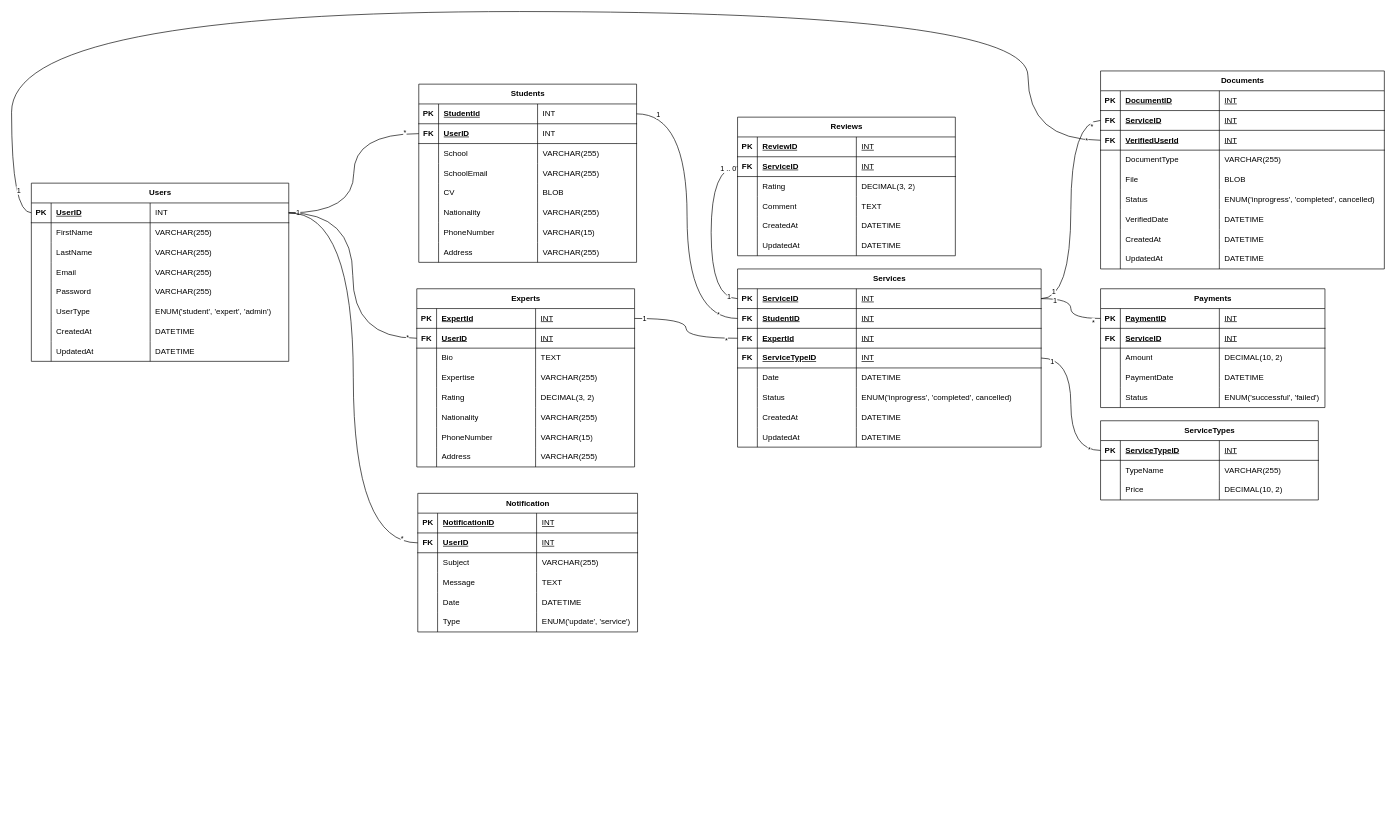
Before: DBSchema.drawio in tamir-cqu/COIT20272, a draw.io diagram. Source tidied: cells renumbered, new cells numbered last; positions are measured from the earlier drawing's top-left corner, leaving out a move shared by most shapes. Both pictures are drawn from the tidied source at 66%, with x=0, y=0 at pixel (11, 11).
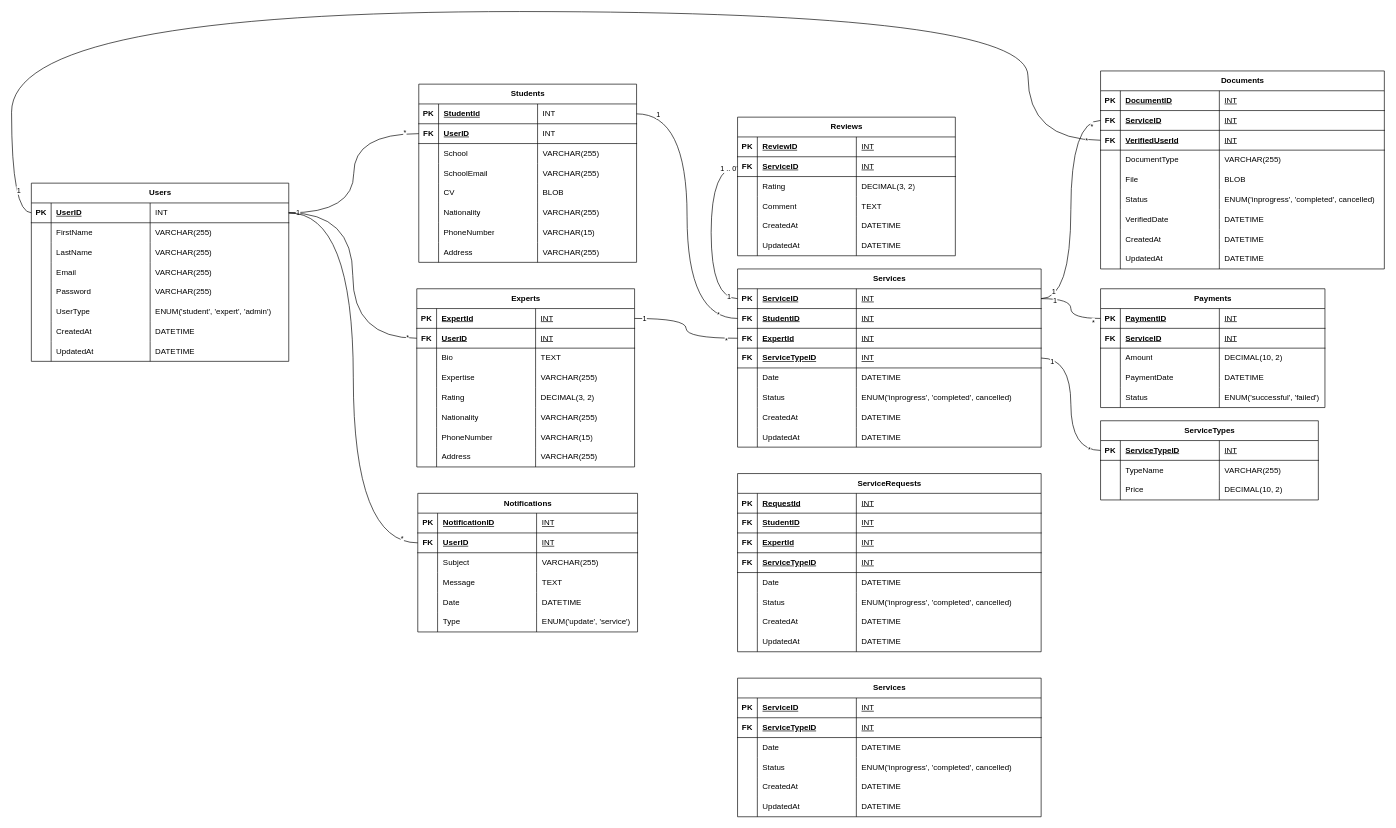
The same page after the edit.

The edit, as a diff of the source:
```diff
@@
-    <mxCell id="190" value="Notification" style="shape=table;startSize=30;childLayout=tableLayout;rowLines=0;fontStyle=1;align=center;html=1;" parent="1" vertex="1">
+    <mxCell id="190" value="Notifications" style="shape=table;startSize=30;childLayout=tableLayout;rowLines=0;fontStyle=1;align=center;html=1;" parent="1" vertex="1">
       <mxGeometry x="615.5" y="730" width="333" height="210" as="geometry" />
     </mxCell>
@@
+    <mxCell id="283" value="&lt;span style=&quot;text-wrap: wrap;&quot;&gt;ServiceRequests&lt;/span&gt;" style="shape=table;startSize=30;childLayout=tableLayout;rowLines=0;fontStyle=1;align=center;html=1;" parent="1" vertex="1">
+      <mxGeometry x="1100" y="700" width="460" height="270" as="geometry" />
+    </mxCell>
+    <mxCell id="284" style="shape=tableRow;horizontal=0;startSize=0;swimlaneHead=0;swimlaneBody=0;fillColor=none;top=0;left=0;right=0;bottom=1;" parent="283" vertex="1">
+      <mxGeometry y="30" width="460" height="30" as="geometry" />
+    </mxCell>
+    <mxCell id="285" value="PK" style="shape=partialRectangle;fillColor=none;top=0;left=0;bottom=0;right=0;fontStyle=1;overflow=hidden;whiteSpace=wrap;html=1;" parent="284" vertex="1">
+      <mxGeometry width="30" height="30" as="geometry" />
+    </mxCell>
+    <mxCell id="286" value="RequestId" style="shape=partialRectangle;fillColor=none;top=0;left=0;bottom=0;right=0;align=left;spacingLeft=6;fontStyle=5;overflow=hidden;whiteSpace=wrap;html=1;" parent="284" vertex="1">
+      <mxGeometry x="30" width="150" height="30" as="geometry" />
+    </mxCell>
+    <mxCell id="287" value="&lt;span style=&quot;font-weight: 400;&quot;&gt;INT&lt;/span&gt;" style="shape=partialRectangle;fillColor=none;top=0;left=0;bottom=0;right=0;align=left;spacingLeft=6;fontStyle=5;overflow=hidden;whiteSpace=wrap;html=1;" parent="284" vertex="1">
+      <mxGeometry x="180" width="280" height="30" as="geometry" />
+    </mxCell>
+    <mxCell id="288" style="shape=tableRow;horizontal=0;startSize=0;swimlaneHead=0;swimlaneBody=0;fillColor=none;top=0;left=0;right=0;bottom=1;" parent="283" vertex="1">
+      <mxGeometry y="60" width="460" height="30" as="geometry" />
+    </mxCell>
+    <mxCell id="289" value="FK" style="shape=partialRectangle;fillColor=none;top=0;left=0;bottom=0;right=0;fontStyle=1;overflow=hidden;whiteSpace=wrap;html=1;" parent="288" vertex="1">
+      <mxGeometry width="30" height="30" as="geometry" />
+    </mxCell>
+    <mxCell id="290" value="StudentID" style="shape=partialRectangle;fillColor=none;top=0;left=0;bottom=0;right=0;align=left;spacingLeft=6;fontStyle=5;overflow=hidden;whiteSpace=wrap;html=1;" parent="288" vertex="1">
+      <mxGeometry x="30" width="150" height="30" as="geometry" />
+    </mxCell>
+    <mxCell id="291" value="&lt;span style=&quot;font-weight: 400;&quot;&gt;INT&lt;/span&gt;" style="shape=partialRectangle;fillColor=none;top=0;left=0;bottom=0;right=0;align=left;spacingLeft=6;fontStyle=5;overflow=hidden;whiteSpace=wrap;html=1;" parent="288" vertex="1">
+      <mxGeometry x="180" width="280" height="30" as="geometry" />
+    </mxCell>
+    <mxCell id="292" style="shape=tableRow;horizontal=0;startSize=0;swimlaneHead=0;swimlaneBody=0;fillColor=none;top=0;left=0;right=0;bottom=1;" parent="283" vertex="1">
+      <mxGeometry y="90" width="460" height="30" as="geometry" />
+    </mxCell>
+    <mxCell id="293" value="FK" style="shape=partialRectangle;fillColor=none;top=0;left=0;bottom=0;right=0;fontStyle=1;overflow=hidden;whiteSpace=wrap;html=1;" parent="292" vertex="1">
+      <mxGeometry width="30" height="30" as="geometry" />
+    </mxCell>
+    <mxCell id="294" value="ExpertId" style="shape=partialRectangle;fillColor=none;top=0;left=0;bottom=0;right=0;align=left;spacingLeft=6;fontStyle=5;overflow=hidden;whiteSpace=wrap;html=1;" parent="292" vertex="1">
+      <mxGeometry x="30" width="150" height="30" as="geometry" />
+    </mxCell>
+    <mxCell id="295" value="&lt;span style=&quot;font-weight: 400;&quot;&gt;INT&lt;/span&gt;" style="shape=partialRectangle;fillColor=none;top=0;left=0;bottom=0;right=0;align=left;spacingLeft=6;fontStyle=5;overflow=hidden;whiteSpace=wrap;html=1;" parent="292" vertex="1">
+      <mxGeometry x="180" width="280" height="30" as="geometry" />
+    </mxCell>
+    <mxCell id="296" style="shape=tableRow;horizontal=0;startSize=0;swimlaneHead=0;swimlaneBody=0;fillColor=none;top=0;left=0;right=0;bottom=1;" parent="283" vertex="1">
+      <mxGeometry y="120" width="460" height="30" as="geometry" />
+    </mxCell>
+    <mxCell id="297" value="FK" style="shape=partialRectangle;fillColor=none;top=0;left=0;bottom=0;right=0;fontStyle=1;overflow=hidden;whiteSpace=wrap;html=1;" parent="296" vertex="1">
+      <mxGeometry width="30" height="30" as="geometry" />
+    </mxCell>
+    <mxCell id="298" value="ServiceTypeID" style="shape=partialRectangle;fillColor=none;top=0;left=0;bottom=0;right=0;align=left;spacingLeft=6;fontStyle=5;overflow=hidden;whiteSpace=wrap;html=1;" parent="296" vertex="1">
+      <mxGeometry x="30" width="150" height="30" as="geometry" />
+    </mxCell>
+    <mxCell id="299" value="&lt;span style=&quot;font-weight: 400;&quot;&gt;INT&lt;/span&gt;" style="shape=partialRectangle;fillColor=none;top=0;left=0;bottom=0;right=0;align=left;spacingLeft=6;fontStyle=5;overflow=hidden;whiteSpace=wrap;html=1;" parent="296" vertex="1">
+      <mxGeometry x="180" width="280" height="30" as="geometry" />
+    </mxCell>
+    <mxCell id="300" style="shape=tableRow;horizontal=0;startSize=0;swimlaneHead=0;swimlaneBody=0;fillColor=none;top=0;left=0;right=0;bottom=0;" parent="283" vertex="1">
+      <mxGeometry y="150" width="460" height="30" as="geometry" />
+    </mxCell>
+    <mxCell id="301" style="shape=partialRectangle;fillColor=none;top=0;left=0;bottom=0;right=0;overflow=hidden;whiteSpace=wrap;html=1;" parent="300" vertex="1">
+      <mxGeometry width="30" height="30" as="geometry" />
+    </mxCell>
+    <mxCell id="302" value="Date" style="shape=partialRectangle;fillColor=none;top=0;left=0;bottom=0;right=0;align=left;spacingLeft=6;overflow=hidden;whiteSpace=wrap;html=1;" parent="300" vertex="1">
+      <mxGeometry x="30" width="150" height="30" as="geometry" />
+    </mxCell>
+    <mxCell id="303" value="DATETIME" style="shape=partialRectangle;fillColor=none;top=0;left=0;bottom=0;right=0;align=left;spacingLeft=6;overflow=hidden;whiteSpace=wrap;html=1;" parent="300" vertex="1">
+      <mxGeometry x="180" width="280" height="30" as="geometry" />
+    </mxCell>
+    <mxCell id="304" style="shape=tableRow;horizontal=0;startSize=0;swimlaneHead=0;swimlaneBody=0;fillColor=none;top=0;left=0;right=0;bottom=0;" parent="283" vertex="1">
+      <mxGeometry y="180" width="460" height="30" as="geometry" />
+    </mxCell>
+    <mxCell id="305" style="shape=partialRectangle;fillColor=none;top=0;left=0;bottom=0;right=0;overflow=hidden;whiteSpace=wrap;html=1;" parent="304" vertex="1">
+      <mxGeometry width="30" height="30" as="geometry" />
+    </mxCell>
+    <mxCell id="306" value="Status" style="shape=partialRectangle;fillColor=none;top=0;left=0;bottom=0;right=0;align=left;spacingLeft=6;overflow=hidden;whiteSpace=wrap;html=1;" parent="304" vertex="1">
+      <mxGeometry x="30" width="150" height="30" as="geometry" />
+    </mxCell>
+    <mxCell id="307" value="ENUM('inprogress', 'completed', cancelled)" style="shape=partialRectangle;fillColor=none;top=0;left=0;bottom=0;right=0;align=left;spacingLeft=6;overflow=hidden;whiteSpace=wrap;html=1;" parent="304" vertex="1">
+      <mxGeometry x="180" width="280" height="30" as="geometry" />
+    </mxCell>
+    <mxCell id="308" style="shape=tableRow;horizontal=0;startSize=0;swimlaneHead=0;swimlaneBody=0;fillColor=none;top=0;left=0;right=0;bottom=0;" parent="283" vertex="1">
+      <mxGeometry y="210" width="460" height="30" as="geometry" />
+    </mxCell>
+    <mxCell id="309" style="shape=partialRectangle;fillColor=none;top=0;left=0;bottom=0;right=0;overflow=hidden;whiteSpace=wrap;html=1;" parent="308" vertex="1">
+      <mxGeometry width="30" height="30" as="geometry" />
+    </mxCell>
+    <mxCell id="310" value="CreatedAt" style="shape=partialRectangle;fillColor=none;top=0;left=0;bottom=0;right=0;align=left;spacingLeft=6;overflow=hidden;whiteSpace=wrap;html=1;" parent="308" vertex="1">
+      <mxGeometry x="30" width="150" height="30" as="geometry" />
+    </mxCell>
+    <mxCell id="311" value="DATETIME" style="shape=partialRectangle;fillColor=none;top=0;left=0;bottom=0;right=0;align=left;spacingLeft=6;overflow=hidden;whiteSpace=wrap;html=1;" parent="308" vertex="1">
+      <mxGeometry x="180" width="280" height="30" as="geometry" />
+    </mxCell>
+    <mxCell id="312" style="shape=tableRow;horizontal=0;startSize=0;swimlaneHead=0;swimlaneBody=0;fillColor=none;top=0;left=0;right=0;bottom=0;" parent="283" vertex="1">
+      <mxGeometry y="240" width="460" height="30" as="geometry" />
+    </mxCell>
+    <mxCell id="313" style="shape=partialRectangle;fillColor=none;top=0;left=0;bottom=0;right=0;overflow=hidden;whiteSpace=wrap;html=1;" parent="312" vertex="1">
+      <mxGeometry width="30" height="30" as="geometry" />
+    </mxCell>
+    <mxCell id="314" value="UpdatedAt" style="shape=partialRectangle;fillColor=none;top=0;left=0;bottom=0;right=0;align=left;spacingLeft=6;overflow=hidden;whiteSpace=wrap;html=1;" parent="312" vertex="1">
+      <mxGeometry x="30" width="150" height="30" as="geometry" />
+    </mxCell>
+    <mxCell id="315" value="DATETIME" style="shape=partialRectangle;fillColor=none;top=0;left=0;bottom=0;right=0;align=left;spacingLeft=6;overflow=hidden;whiteSpace=wrap;html=1;" parent="312" vertex="1">
+      <mxGeometry x="180" width="280" height="30" as="geometry" />
+    </mxCell>
+    <mxCell id="316" value="&lt;span style=&quot;text-wrap: wrap;&quot;&gt;Services&lt;/span&gt;" style="shape=table;startSize=30;childLayout=tableLayout;rowLines=0;fontStyle=1;align=center;html=1;" parent="1" vertex="1">
+      <mxGeometry x="1100" y="1010" width="460" height="210" as="geometry" />
+    </mxCell>
+    <mxCell id="317" style="shape=tableRow;horizontal=0;startSize=0;swimlaneHead=0;swimlaneBody=0;fillColor=none;top=0;left=0;right=0;bottom=1;" parent="316" vertex="1">
+      <mxGeometry y="30" width="460" height="30" as="geometry" />
+    </mxCell>
+    <mxCell id="318" value="PK" style="shape=partialRectangle;fillColor=none;top=0;left=0;bottom=0;right=0;fontStyle=1;overflow=hidden;whiteSpace=wrap;html=1;" parent="317" vertex="1">
+      <mxGeometry width="30" height="30" as="geometry" />
+    </mxCell>
+    <mxCell id="319" value="ServiceID" style="shape=partialRectangle;fillColor=none;top=0;left=0;bottom=0;right=0;align=left;spacingLeft=6;fontStyle=5;overflow=hidden;whiteSpace=wrap;html=1;" parent="317" vertex="1">
+      <mxGeometry x="30" width="150" height="30" as="geometry" />
+    </mxCell>
+    <mxCell id="320" value="&lt;span style=&quot;font-weight: 400;&quot;&gt;INT&lt;/span&gt;" style="shape=partialRectangle;fillColor=none;top=0;left=0;bottom=0;right=0;align=left;spacingLeft=6;fontStyle=5;overflow=hidden;whiteSpace=wrap;html=1;" parent="317" vertex="1">
+      <mxGeometry x="180" width="280" height="30" as="geometry" />
+    </mxCell>
+    <mxCell id="321" style="shape=tableRow;horizontal=0;startSize=0;swimlaneHead=0;swimlaneBody=0;fillColor=none;top=0;left=0;right=0;bottom=1;" parent="316" vertex="1">
+      <mxGeometry y="60" width="460" height="30" as="geometry" />
+    </mxCell>
+    <mxCell id="322" value="FK" style="shape=partialRectangle;fillColor=none;top=0;left=0;bottom=0;right=0;fontStyle=1;overflow=hidden;whiteSpace=wrap;html=1;" parent="321" vertex="1">
+      <mxGeometry width="30" height="30" as="geometry" />
+    </mxCell>
+    <mxCell id="323" value="ServiceTypeID" style="shape=partialRectangle;fillColor=none;top=0;left=0;bottom=0;right=0;align=left;spacingLeft=6;fontStyle=5;overflow=hidden;whiteSpace=wrap;html=1;" parent="321" vertex="1">
+      <mxGeometry x="30" width="150" height="30" as="geometry" />
+    </mxCell>
+    <mxCell id="324" value="&lt;span style=&quot;font-weight: 400;&quot;&gt;INT&lt;/span&gt;" style="shape=partialRectangle;fillColor=none;top=0;left=0;bottom=0;right=0;align=left;spacingLeft=6;fontStyle=5;overflow=hidden;whiteSpace=wrap;html=1;" parent="321" vertex="1">
+      <mxGeometry x="180" width="280" height="30" as="geometry" />
+    </mxCell>
+    <mxCell id="325" style="shape=tableRow;horizontal=0;startSize=0;swimlaneHead=0;swimlaneBody=0;fillColor=none;top=0;left=0;right=0;bottom=0;" parent="316" vertex="1">
+      <mxGeometry y="90" width="460" height="30" as="geometry" />
+    </mxCell>
+    <mxCell id="326" style="shape=partialRectangle;fillColor=none;top=0;left=0;bottom=0;right=0;overflow=hidden;whiteSpace=wrap;html=1;" parent="325" vertex="1">
+      <mxGeometry width="30" height="30" as="geometry" />
+    </mxCell>
+    <mxCell id="327" value="Date" style="shape=partialRectangle;fillColor=none;top=0;left=0;bottom=0;right=0;align=left;spacingLeft=6;overflow=hidden;whiteSpace=wrap;html=1;" parent="325" vertex="1">
+      <mxGeometry x="30" width="150" height="30" as="geometry" />
+    </mxCell>
+    <mxCell id="328" value="DATETIME" style="shape=partialRectangle;fillColor=none;top=0;left=0;bottom=0;right=0;align=left;spacingLeft=6;overflow=hidden;whiteSpace=wrap;html=1;" parent="325" vertex="1">
+      <mxGeometry x="180" width="280" height="30" as="geometry" />
+    </mxCell>
+    <mxCell id="329" style="shape=tableRow;horizontal=0;startSize=0;swimlaneHead=0;swimlaneBody=0;fillColor=none;top=0;left=0;right=0;bottom=0;" parent="316" vertex="1">
+      <mxGeometry y="120" width="460" height="30" as="geometry" />
+    </mxCell>
+    <mxCell id="330" style="shape=partialRectangle;fillColor=none;top=0;left=0;bottom=0;right=0;overflow=hidden;whiteSpace=wrap;html=1;" parent="329" vertex="1">
+      <mxGeometry width="30" height="30" as="geometry" />
+    </mxCell>
+    <mxCell id="331" value="Status" style="shape=partialRectangle;fillColor=none;top=0;left=0;bottom=0;right=0;align=left;spacingLeft=6;overflow=hidden;whiteSpace=wrap;html=1;" parent="329" vertex="1">
+      <mxGeometry x="30" width="150" height="30" as="geometry" />
+    </mxCell>
+    <mxCell id="332" value="ENUM('inprogress', 'completed', cancelled)" style="shape=partialRectangle;fillColor=none;top=0;left=0;bottom=0;right=0;align=left;spacingLeft=6;overflow=hidden;whiteSpace=wrap;html=1;" parent="329" vertex="1">
+      <mxGeometry x="180" width="280" height="30" as="geometry" />
+    </mxCell>
+    <mxCell id="333" style="shape=tableRow;horizontal=0;startSize=0;swimlaneHead=0;swimlaneBody=0;fillColor=none;top=0;left=0;right=0;bottom=0;" parent="316" vertex="1">
+      <mxGeometry y="150" width="460" height="30" as="geometry" />
+    </mxCell>
+    <mxCell id="334" style="shape=partialRectangle;fillColor=none;top=0;left=0;bottom=0;right=0;overflow=hidden;whiteSpace=wrap;html=1;" parent="333" vertex="1">
+      <mxGeometry width="30" height="30" as="geometry" />
+    </mxCell>
+    <mxCell id="335" value="CreatedAt" style="shape=partialRectangle;fillColor=none;top=0;left=0;bottom=0;right=0;align=left;spacingLeft=6;overflow=hidden;whiteSpace=wrap;html=1;" parent="333" vertex="1">
+      <mxGeometry x="30" width="150" height="30" as="geometry" />
+    </mxCell>
+    <mxCell id="336" value="DATETIME" style="shape=partialRectangle;fillColor=none;top=0;left=0;bottom=0;right=0;align=left;spacingLeft=6;overflow=hidden;whiteSpace=wrap;html=1;" parent="333" vertex="1">
+      <mxGeometry x="180" width="280" height="30" as="geometry" />
+    </mxCell>
+    <mxCell id="337" style="shape=tableRow;horizontal=0;startSize=0;swimlaneHead=0;swimlaneBody=0;fillColor=none;top=0;left=0;right=0;bottom=0;" parent="316" vertex="1">
+      <mxGeometry y="180" width="460" height="30" as="geometry" />
+    </mxCell>
+    <mxCell id="338" style="shape=partialRectangle;fillColor=none;top=0;left=0;bottom=0;right=0;overflow=hidden;whiteSpace=wrap;html=1;" parent="337" vertex="1">
+      <mxGeometry width="30" height="30" as="geometry" />
+    </mxCell>
+    <mxCell id="339" value="UpdatedAt" style="shape=partialRectangle;fillColor=none;top=0;left=0;bottom=0;right=0;align=left;spacingLeft=6;overflow=hidden;whiteSpace=wrap;html=1;" parent="337" vertex="1">
+      <mxGeometry x="30" width="150" height="30" as="geometry" />
+    </mxCell>
+    <mxCell id="340" value="DATETIME" style="shape=partialRectangle;fillColor=none;top=0;left=0;bottom=0;right=0;align=left;spacingLeft=6;overflow=hidden;whiteSpace=wrap;html=1;" parent="337" vertex="1">
+      <mxGeometry x="180" width="280" height="30" as="geometry" />
+    </mxCell>
```
